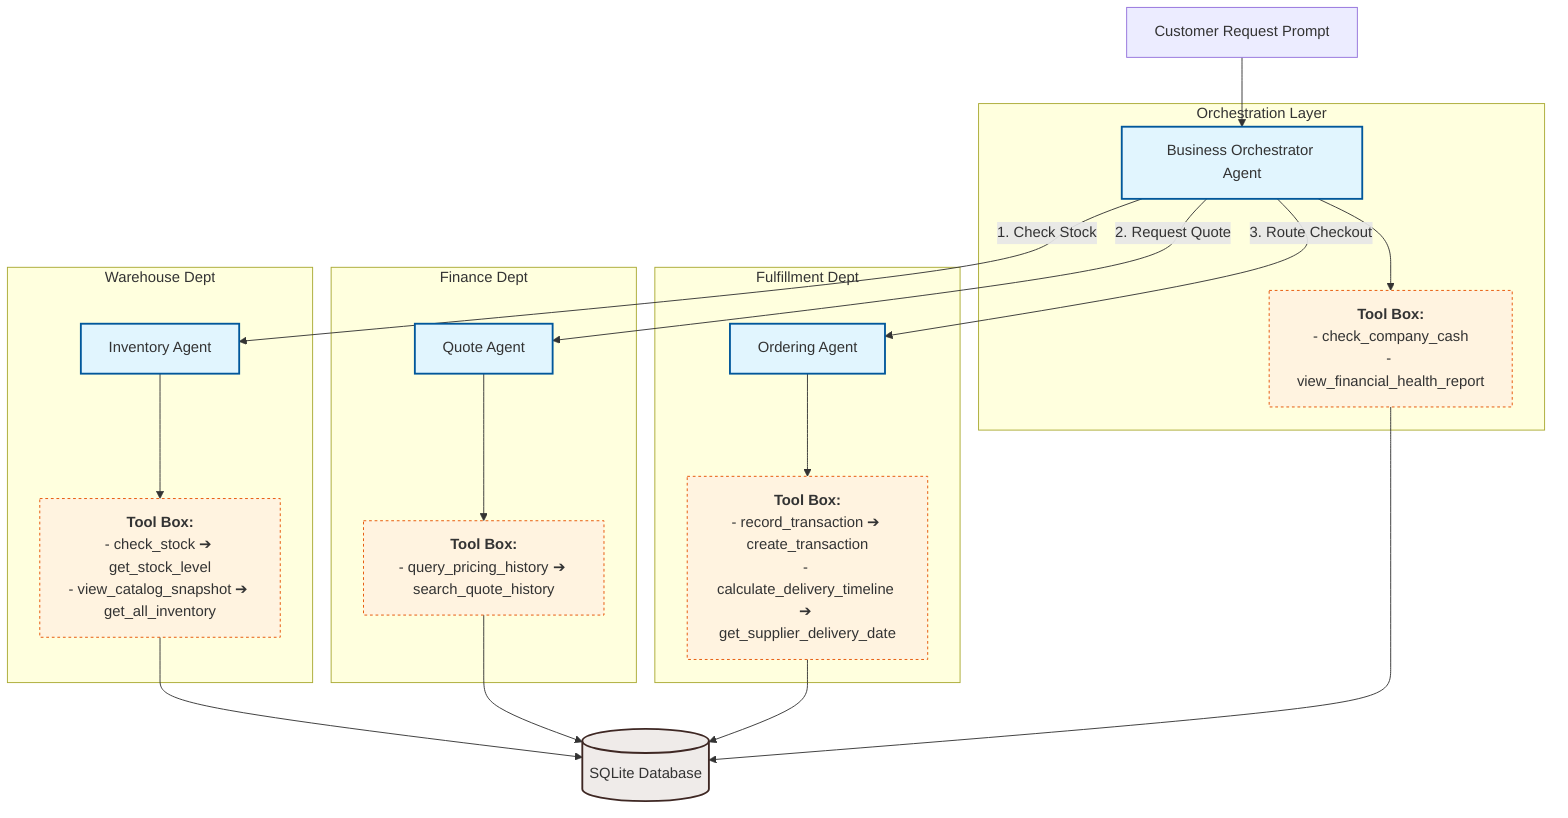
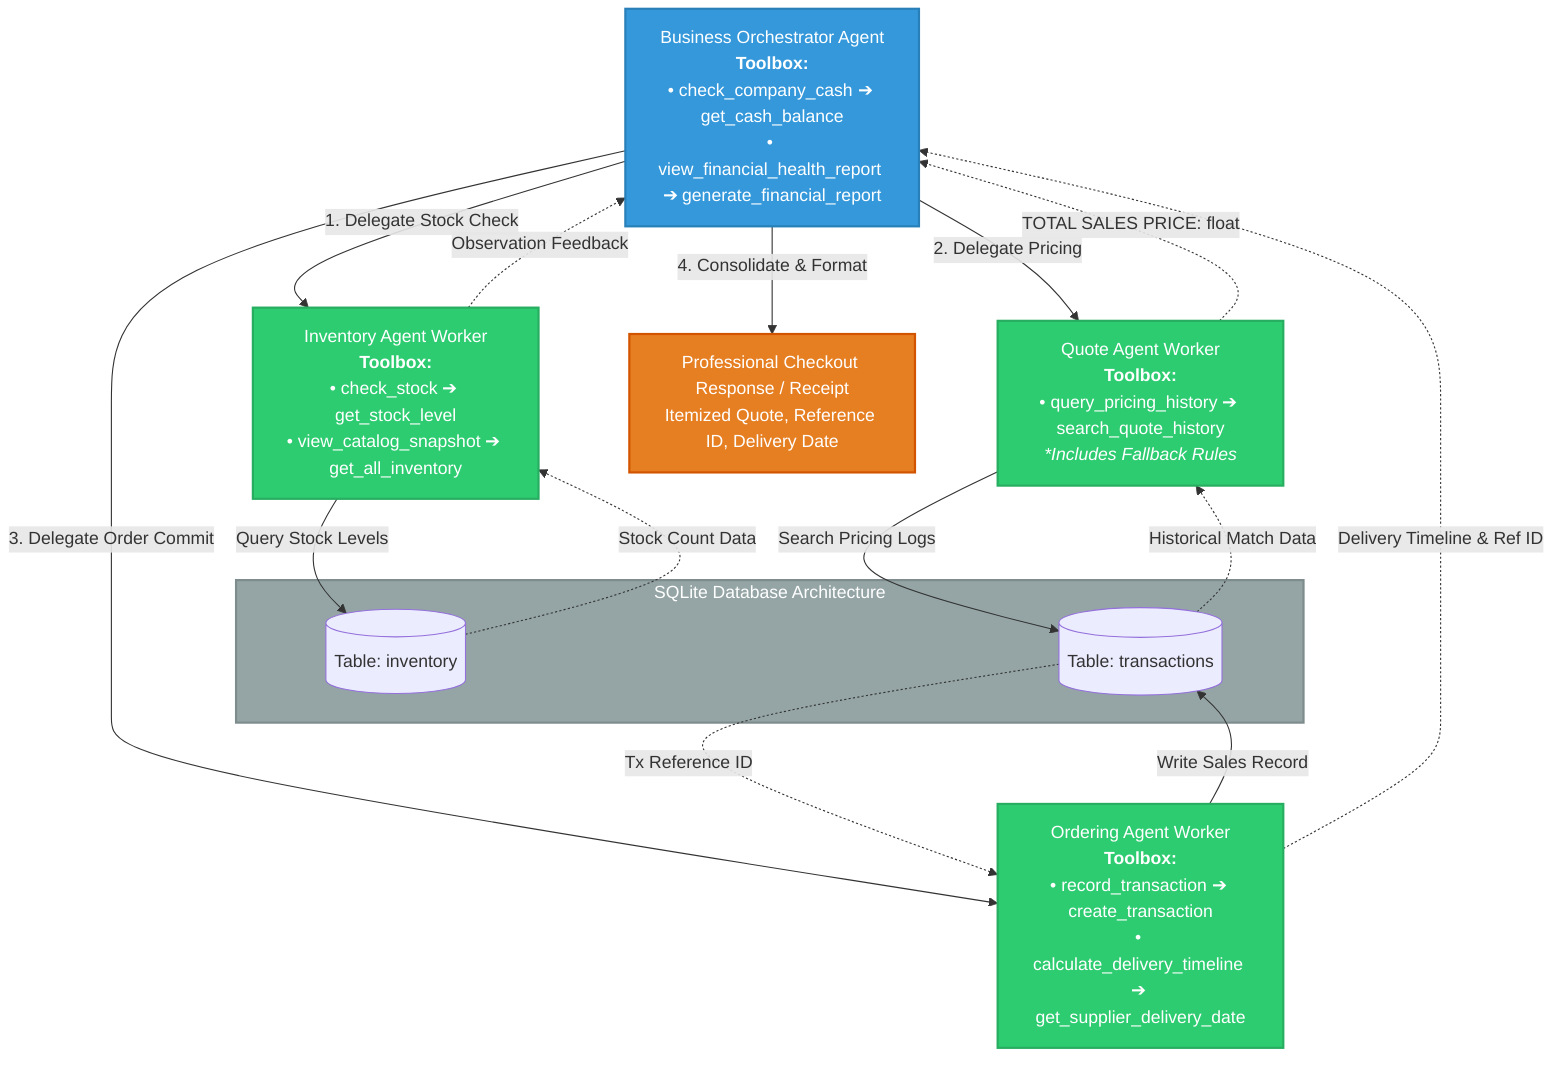
graph TD
-     classDef agent fill:#e1f5fe,stroke:#01579b,stroke-width:2px;
-     classDef toolbox fill:#fff3e0,stroke:#e65100,stroke-width:1px,stroke-dasharray: 3 3;
-     classDef db fill:#efebe9,stroke:#3e2723,stroke-width:2px;
+     %% Define Styles
+     classDef orchestrator fill:#3498db,stroke:#2980b9,stroke-width:2px,color:#fff;
+     classDef worker fill:#2ecc71,stroke:#27ae60,stroke-width:2px,color:#fff;
+     classDef database fill:#95a5a6,stroke:#7f8c8d,stroke-width:2px,color:#fff;
+     classDef output fill:#e67e22,stroke:#d35400,stroke-width:2px,color:#fff;
+     classDef path stroke:#34495e,stroke-width:2px;
+     classDef returnPath stroke:#2980b9,stroke-width:2px,stroke-dasharray: 5 5;

-     User[Customer Request Prompt] --> Orchestrator
+     %% Nodes Configuration
+     Orchestrator[Business Orchestrator Agent<br/><b>Toolbox:</b><br/>• check_company_cash ➔ get_cash_balance<br/>• view_financial_health_report ➔ generate_financial_report]:::orchestrator

-     subgraph Manager_Layer ["Orchestration Layer"]
-         Orchestrator["Business Orchestrator Agent"]:::agent
-         Orchestrator_Tools["<b>Tool Box:</b><br/>- check_company_cash<br/>- view_financial_health_report"]:::toolbox
-         Orchestrator --> Orchestrator_Tools
+     Inventory[Inventory Agent Worker<br/><b>Toolbox:</b><br/>• check_stock ➔ get_stock_level<br/>• view_catalog_snapshot ➔ get_all_inventory]:::worker
+ 
+     Quote[Quote Agent Worker<br/><b>Toolbox:</b><br/>• query_pricing_history ➔ search_quote_history<br/><i>*Includes Fallback Rules</i>]:::worker
+ 
+     Ordering[Ordering Agent Worker<br/><b>Toolbox:</b><br/>• record_transaction ➔ create_transaction<br/>• calculate_delivery_timeline ➔ get_supplier_delivery_date]:::worker
+ 
+     subgraph DB [SQLite Database Architecture]
+         InvTable[(Table: inventory)]
+         TxTable[(Table: transactions)]
    end
+     class DB database;

-     Orchestrator -->|1. Check Stock| InventoryAgent
-     Orchestrator -->|2. Request Quote| QuoteAgent
-     Orchestrator -->|3. Route Checkout| OrderingAgent
+     Response[Professional Checkout Response / Receipt<br/>Itemized Quote, Reference ID, Delivery Date]:::output

-     subgraph Inventory_Layer ["Warehouse Dept"]
-         InventoryAgent["Inventory Agent"]:::agent
-         Inventory_Tools["<b>Tool Box:</b><br/>- check_stock ➔ get_stock_level<br/>- view_catalog_snapshot ➔ get_all_inventory"]:::toolbox
-         InventoryAgent --> Inventory_Tools
-     end
+     %% Forward Execution Flow
+     Orchestrator -->|1. Delegate Stock Check| Inventory
+     Orchestrator -->|2. Delegate Pricing| Quote
+     Orchestrator -->|3. Delegate Order Commit| Ordering

-     subgraph Quote_Layer ["Finance Dept"]
-         QuoteAgent["Quote Agent"]:::agent
-         Quote_Tools["<b>Tool Box:</b><br/>- query_pricing_history ➔ search_quote_history"]:::toolbox
-         QuoteAgent --> Quote_Tools
-     end
+     Inventory -->|Query Stock Levels| InvTable
+     Quote -->|Search Pricing Logs| TxTable
+     Ordering -->|Write Sales Record| TxTable

-     subgraph Ordering_Layer ["Fulfillment Dept"]
-         OrderingAgent["Ordering Agent"]:::agent
-         Ordering_Tools["<b>Tool Box:</b><br/>- record_transaction ➔ create_transaction<br/>- calculate_delivery_timeline ➔ get_supplier_delivery_date"]:::toolbox
-         OrderingAgent --> Ordering_Tools
-     end
+     %% Programmatic Return / Observation Pathways (Addressing Reviewer Note)
+     InvTable -.->|Stock Count Data| Inventory
+     TxTable -.->|Historical Match Data| Quote
+     TxTable -.->|Tx Reference ID| Ordering

-     Inventory_Tools --> DB[(SQLite Database)]:::db
-     Quote_Tools --> DB
-     Ordering_Tools --> DB
-     Orchestrator_Tools --> DB
+     Inventory -.->|Observation Feedback| Orchestrator
+     Quote -.->|TOTAL SALES PRICE: float| Orchestrator
+     Ordering -.->|Delivery Timeline & Ref ID| Orchestrator
+ 
+     %% Output Cycle
+     Orchestrator -->|4. Consolidate & Format| Response
